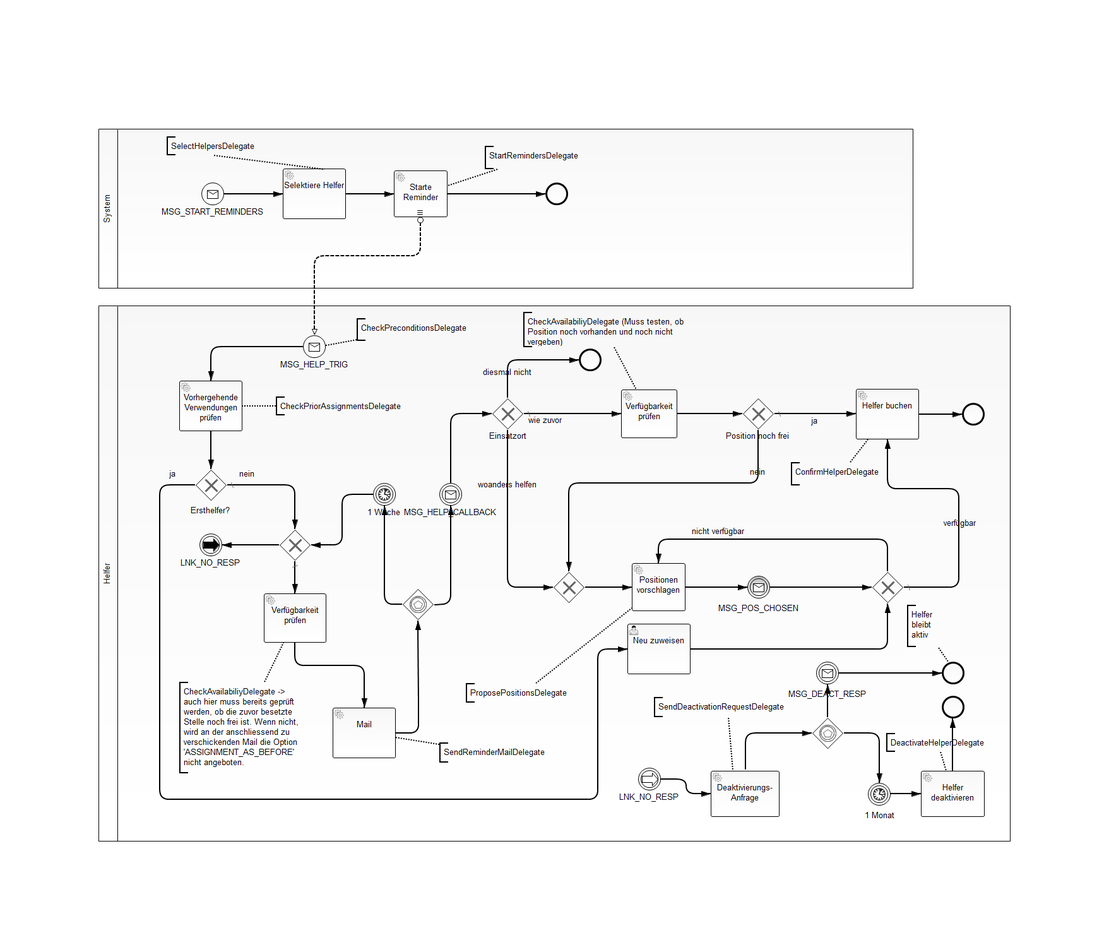
Above: resourceplanning-bpm/src/main/resources/RequestHelp.png in gheddie/speedys-resourceplanning (BPMN), before the change. Its source is kept beside it as resourceplanning-bpm/src/main/resources/RequestHelp.bpmn. Ids are renumbered.
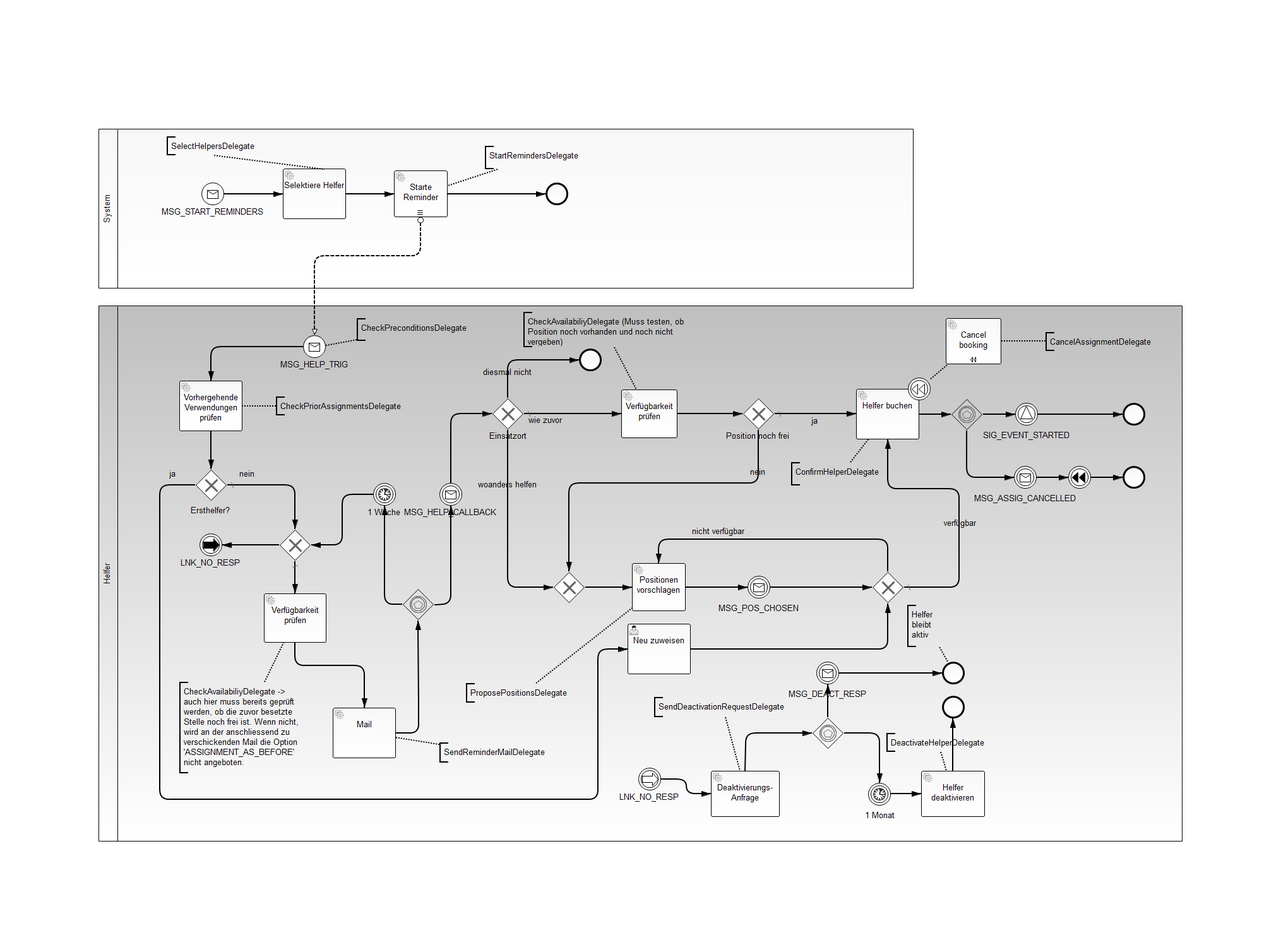
Above is the later version.

What changed in the source:
```diff
@@ -59,3 +59,2 @@
     </bpmn:sequenceFlow>
-    <bpmn:sequenceFlow id="SequenceFlow_n18" sourceRef="ServiceTask_n19" targetRef="EndEvent_n20"/>
     <bpmn:sequenceFlow id="flowPosOccupied" name="nein" sourceRef="ExclusiveGateway_n21" targetRef="ExclusiveGateway_n22">
@@ -99,7 +98,4 @@
       <bpmn:incoming>flowPosStillAvailable</bpmn:incoming>
-      <bpmn:outgoing>SequenceFlow_n18</bpmn:outgoing>
+      <bpmn:outgoing>SequenceFlow_17</bpmn:outgoing>
     </bpmn:serviceTask>
-    <bpmn:endEvent id="EndEvent_n20">
-      <bpmn:incoming>SequenceFlow_n18</bpmn:incoming>
-    </bpmn:endEvent>
     <bpmn:exclusiveGateway id="ExclusiveGateway_n21" name="Position noch frei" default="flowPosAvailable">
@@ -229,2 +225,38 @@
     <bpmn:sequenceFlow id="SequenceFlow_16" name="" sourceRef="IntermediateCatchEvent_3" targetRef="ExclusiveGateway_1"/>
+    <bpmn:serviceTask id="ServiceTask_5" camunda:class="de.trispeedys.resourceplanning.delegate.requesthelp.CancelAssignmentDelegate" name="Cancel booking" isForCompensation="true"/>
+    <bpmn:boundaryEvent id="BoundaryEvent_1" name="" attachedToRef="ServiceTask_n19">
+      <bpmn:compensateEventDefinition id="_CompensateEventDefinition_2" waitForCompletion="false"/>
+    </bpmn:boundaryEvent>
+    <bpmn:eventBasedGateway id="EventBasedGateway_2">
+      <bpmn:incoming>SequenceFlow_17</bpmn:incoming>
+      <bpmn:outgoing>SequenceFlow_18</bpmn:outgoing>
+      <bpmn:outgoing>SequenceFlow_19</bpmn:outgoing>
+    </bpmn:eventBasedGateway>
+    <bpmn:sequenceFlow id="SequenceFlow_17" name="" sourceRef="ServiceTask_n19" targetRef="EventBasedGateway_2"/>
+    <bpmn:intermediateCatchEvent id="IntermediateCatchEvent_2" name="SIG_EVENT_STARTED">
+      <bpmn:incoming>SequenceFlow_18</bpmn:incoming>
+      <bpmn:outgoing>SequenceFlow_22</bpmn:outgoing>
+      <bpmn:signalEventDefinition id="_MessageEventDefinition_5" signalRef="Signal_1"/>
+    </bpmn:intermediateCatchEvent>
+    <bpmn:sequenceFlow id="SequenceFlow_18" name="" sourceRef="EventBasedGateway_2" targetRef="IntermediateCatchEvent_2"/>
+    <bpmn:intermediateCatchEvent id="IntermediateCatchEvent_4" name="MSG_ASSIG_CANCELLED">
+      <bpmn:incoming>SequenceFlow_19</bpmn:incoming>
+      <bpmn:outgoing>SequenceFlow_20</bpmn:outgoing>
+      <bpmn:messageEventDefinition id="_MessageEventDefinition_6" messageRef="Message_7"/>
+    </bpmn:intermediateCatchEvent>
+    <bpmn:sequenceFlow id="SequenceFlow_19" name="" sourceRef="EventBasedGateway_2" targetRef="IntermediateCatchEvent_4"/>
+    <bpmn:intermediateThrowEvent id="IntermediateThrowEvent_1">
+      <bpmn:incoming>SequenceFlow_20</bpmn:incoming>
+      <bpmn:outgoing>SequenceFlow_21</bpmn:outgoing>
+      <bpmn:compensateEventDefinition id="_CompensateEventDefinition_3" waitForCompletion="false"/>
+    </bpmn:intermediateThrowEvent>
+    <bpmn:sequenceFlow id="SequenceFlow_20" name="" sourceRef="IntermediateCatchEvent_4" targetRef="IntermediateThrowEvent_1"/>
+    <bpmn:endEvent id="EndEvent_2">
+      <bpmn:incoming>SequenceFlow_21</bpmn:incoming>
+    </bpmn:endEvent>
+    <bpmn:sequenceFlow id="SequenceFlow_21" name="" sourceRef="IntermediateThrowEvent_1" targetRef="EndEvent_2"/>
+    <bpmn:endEvent id="EndEvent_3">
+      <bpmn:incoming>SequenceFlow_22</bpmn:incoming>
+    </bpmn:endEvent>
+    <bpmn:sequenceFlow id="SequenceFlow_22" name="" sourceRef="IntermediateCatchEvent_2" targetRef="EndEvent_3"/>
     <bpmn:association id="Association_7" sourceRef="TextAnnotation_7" targetRef="ServiceTask_n10"/>
@@ -257,2 +289,7 @@
     </bpmn:textAnnotation>
+    <bpmn:association id="Association_4" sourceRef="BoundaryEvent_1" targetRef="ServiceTask_5"/>
+    <bpmn:textAnnotation id="TextAnnotation_4">
+      <bpmn:text>CancelAssignmentDelegate</bpmn:text>
+    </bpmn:textAnnotation>
+    <bpmn:association id="Association_14" sourceRef="TextAnnotation_4" targetRef="ServiceTask_5"/>
   </bpmn:process>
@@ -263,2 +300,4 @@
   <bpmn:message id="Message_5" name="MSG_POS_CHOSEN"/>
+  <bpmn:message id="Message_7" name="MSG_ASSIG_CANCELLED"/>
+  <bpmn:signal id="Signal_1" name="SIG_EVENT_STARTED"/>
   <bpmndi:BPMNDiagram id="BPMNDiagram_1">
@@ -285,3 +324,3 @@
       <bpmndi:BPMNShape id="Participant_n3_di" bpmnElement="Participant_n3" isHorizontal="false">
-        <dc:Bounds height="849.0" width="1445.0" x="156.0" y="484.0"/>
+        <dc:Bounds height="849.0" width="1717.0" x="156.0" y="484.0"/>
       </bpmndi:BPMNShape>
@@ -330,8 +369,2 @@
       </bpmndi:BPMNEdge>
-      <bpmndi:BPMNShape id="EndEvent_n20_di" bpmnElement="EndEvent_n20">
-        <dc:Bounds height="36.0" width="36.0" x="1524.0" y="638.0"/>
-        <bpmndi:BPMNLabel>
-          <dc:Bounds height="0.0" width="0.0" x="1542.0" y="674.0"/>
-        </bpmndi:BPMNLabel>
-      </bpmndi:BPMNShape>
       <bpmndi:BPMNEdge id="SequenceFlow_0fqr5d1_di" bpmnElement="flowAsLastTime" targetElement="_BPMNShape_ServiceTask_4">
@@ -364,9 +397,2 @@
       </bpmndi:BPMNEdge>
-      <bpmndi:BPMNEdge id="SequenceFlow_n18_di" bpmnElement="SequenceFlow_n18">
-        <di:waypoint xsi:type="dc:Point" x="1456.0" y="656.0"/>
-        <di:waypoint xsi:type="dc:Point" x="1524.0" y="656.0"/>
-        <bpmndi:BPMNLabel>
-          <dc:Bounds height="0.0" width="0.0" x="1497.0" y="646.0"/>
-        </bpmndi:BPMNLabel>
-      </bpmndi:BPMNEdge>
       <bpmndi:BPMNShape id="ServiceTask_n19_di" bpmnElement="ServiceTask_n19">
@@ -377,3 +403,3 @@
         <bpmndi:BPMNLabel>
-          <dc:Bounds height="0.0" width="90.0" x="856.0" y="955.0"/>
+          <dc:Bounds height="0.0" width="0.0" x="901.0" y="955.0"/>
         </bpmndi:BPMNLabel>
@@ -394,3 +420,2 @@
         <di:waypoint xsi:type="dc:Point" x="627.0" y="1161.0"/>
-        <di:waypoint xsi:type="dc:Point" x="632.0" y="1161.0"/>
         <di:waypoint xsi:type="dc:Point" x="663.0" y="1161.0"/>
@@ -618,3 +643,3 @@
         <bpmndi:BPMNLabel>
-          <dc:Bounds height="0.0" width="90.0" x="1465.0" y="1084.0"/>
+          <dc:Bounds height="0.0" width="0.0" x="1510.0" y="1084.0"/>
         </bpmndi:BPMNLabel>
@@ -634,3 +659,3 @@
         <bpmndi:BPMNLabel>
-          <dc:Bounds height="0.0" width="90.0" x="1266.0" y="1191.0"/>
+          <dc:Bounds height="0.0" width="0.0" x="1311.0" y="1191.0"/>
         </bpmndi:BPMNLabel>
@@ -638,3 +663,3 @@
       <bpmndi:BPMNEdge id="BPMNEdge_SequenceFlow_9" bpmnElement="SequenceFlow_7" sourceElement="_BPMNShape_UserTask_2" targetElement="_BPMNShape_EventBasedGateway_2">
-        <di:waypoint xsi:type="dc:Point" x="1181.0" y="1219.0"/>
+        <di:waypoint xsi:type="dc:Point" x="1180.0" y="1221.0"/>
         <di:waypoint xsi:type="dc:Point" x="1181.0" y="1161.0"/>
@@ -642,3 +667,3 @@
         <bpmndi:BPMNLabel>
-          <dc:Bounds height="6.0" width="6.0" x="1257.0" y="1036.0"/>
+          <dc:Bounds height="6.0" width="6.0" x="1255.0" y="1036.0"/>
         </bpmndi:BPMNLabel>
@@ -661,3 +686,3 @@
         <bpmndi:BPMNLabel>
-          <dc:Bounds height="22.0" width="90.0" x="1349.0" y="1281.0"/>
+          <dc:Bounds height="22.0" width="53.0" x="1368.0" y="1281.0"/>
         </bpmndi:BPMNLabel>
@@ -665,3 +690,3 @@
       <bpmndi:BPMNEdge id="BPMNEdge_SequenceFlow_12" bpmnElement="SequenceFlow_10" sourceElement="_BPMNShape_EventBasedGateway_2" targetElement="_BPMNShape_IntermediateCatchEvent_3">
-        <di:waypoint xsi:type="dc:Point" x="1337.0" y="1161.0"/>
+        <di:waypoint xsi:type="dc:Point" x="1336.0" y="1161.0"/>
         <di:waypoint xsi:type="dc:Point" x="1393.0" y="1161.0"/>
@@ -685,3 +710,3 @@
         <bpmndi:BPMNLabel>
-          <dc:Bounds height="0.0" width="90.0" x="1465.0" y="1143.0"/>
+          <dc:Bounds height="0.0" width="0.0" x="1510.0" y="1143.0"/>
         </bpmndi:BPMNLabel>
@@ -689,3 +714,3 @@
       <bpmndi:BPMNEdge id="BPMNEdge_SequenceFlow_14" bpmnElement="SequenceFlow_12" sourceElement="_BPMNShape_ServiceTask_7" targetElement="_BPMNShape_EndEvent_2">
-        <di:waypoint xsi:type="dc:Point" x="1510.0" y="1221.0"/>
+        <di:waypoint xsi:type="dc:Point" x="1509.0" y="1221.0"/>
         <di:waypoint xsi:type="dc:Point" x="1510.0" y="1138.0"/>
@@ -699,4 +724,4 @@
       <bpmndi:BPMNEdge id="BPMNEdge_Association_12" bpmnElement="Association_12" sourceElement="_BPMNShape_TextAnnotation_14" targetElement="_BPMNShape_UserTask_2">
-        <di:waypoint xsi:type="dc:Point" x="1154.0" y="1136.0"/>
-        <di:waypoint xsi:type="dc:Point" x="1160.0" y="1221.0"/>
+        <di:waypoint xsi:type="dc:Point" x="1149.0" y="1136.0"/>
+        <di:waypoint xsi:type="dc:Point" x="1171.0" y="1221.0"/>
       </bpmndi:BPMNEdge>
@@ -704,4 +729,2 @@
         <di:waypoint xsi:type="dc:Point" x="1329.0" y="1066.0"/>
-        <di:waypoint xsi:type="dc:Point" x="1433.0" y="1066.0"/>
-        <di:waypoint xsi:type="dc:Point" x="1433.0" y="1066.0"/>
         <di:waypoint xsi:type="dc:Point" x="1492.0" y="1066.0"/>
@@ -715,4 +738,4 @@
       <bpmndi:BPMNEdge id="BPMNEdge_Association_13" bpmnElement="Association_13" sourceElement="_BPMNShape_TextAnnotation_15" targetElement="EndEvent_n29_di">
-        <di:waypoint xsi:type="dc:Point" x="1486.0" y="1025.0"/>
-        <di:waypoint xsi:type="dc:Point" x="1502.0" y="1048.0"/>
+        <di:waypoint xsi:type="dc:Point" x="1488.0" y="1024.0"/>
+        <di:waypoint xsi:type="dc:Point" x="1501.0" y="1048.0"/>
       </bpmndi:BPMNEdge>
@@ -744,3 +767,3 @@
         <bpmndi:BPMNLabel>
-          <dc:Bounds height="0.0" width="90.0" x="1361.0" y="960.0"/>
+          <dc:Bounds height="0.0" width="0.0" x="1406.0" y="960.0"/>
         </bpmndi:BPMNLabel>
@@ -762,3 +785,3 @@
         <bpmndi:BPMNLabel>
-          <dc:Bounds height="6.0" width="90.0" x="1476.0" y="818.0"/>
+          <dc:Bounds height="22.0" width="57.0" x="1493.0" y="818.0"/>
         </bpmndi:BPMNLabel>
@@ -770,3 +793,3 @@
         <di:waypoint xsi:type="dc:Point" x="847.0" y="1082.0"/>
-        <di:waypoint xsi:type="dc:Point" x="1001.0" y="962.0"/>
+        <di:waypoint xsi:type="dc:Point" x="1001.0" y="963.0"/>
       </bpmndi:BPMNEdge>
@@ -807,2 +830,89 @@
       </bpmndi:BPMNEdge>
+      <bpmndi:BPMNShape id="_BPMNShape_ServiceTask_11" bpmnElement="ServiceTask_5">
+        <dc:Bounds height="73.0" width="88.0" x="1498.0" y="504.0"/>
+      </bpmndi:BPMNShape>
+      <bpmndi:BPMNShape id="_BPMNShape_BoundaryEvent_2" bpmnElement="BoundaryEvent_1">
+        <dc:Bounds height="36.0" width="36.0" x="1438.0" y="598.0"/>
+        <bpmndi:BPMNLabel>
+          <dc:Bounds height="6.0" width="6.0" x="1453.0" y="639.0"/>
+        </bpmndi:BPMNLabel>
+      </bpmndi:BPMNShape>
+      <bpmndi:BPMNEdge id="BPMNEdge_Association_4" bpmnElement="Association_4" sourceElement="_BPMNShape_BoundaryEvent_2" targetElement="_BPMNShape_ServiceTask_11">
+        <di:waypoint xsi:type="dc:Point" x="1474.0" y="600.0"/>
+        <di:waypoint xsi:type="dc:Point" x="1501.0" y="576.0"/>
+      </bpmndi:BPMNEdge>
+      <bpmndi:BPMNShape id="_BPMNShape_EventBasedGateway_3" bpmnElement="EventBasedGateway_2">
+        <dc:Bounds height="50.0" width="50.0" x="1506.0" y="631.0"/>
+        <bpmndi:BPMNLabel>
+          <dc:Bounds height="0.0" width="0.0" x="1531.0" y="686.0"/>
+        </bpmndi:BPMNLabel>
+      </bpmndi:BPMNShape>
+      <bpmndi:BPMNEdge id="BPMNEdge_SequenceFlow_20" bpmnElement="SequenceFlow_17" sourceElement="ServiceTask_n19_di" targetElement="_BPMNShape_EventBasedGateway_3">
+        <di:waypoint xsi:type="dc:Point" x="1456.0" y="656.0"/>
+        <di:waypoint xsi:type="dc:Point" x="1506.0" y="656.0"/>
+        <bpmndi:BPMNLabel>
+          <dc:Bounds height="6.0" width="6.0" x="1478.0" y="656.0"/>
+        </bpmndi:BPMNLabel>
+      </bpmndi:BPMNEdge>
+      <bpmndi:BPMNShape id="_BPMNShape_IntermediateCatchEvent_5" bpmnElement="IntermediateCatchEvent_2">
+        <dc:Bounds height="36.0" width="36.0" x="1608.0" y="638.0"/>
+        <bpmndi:BPMNLabel>
+          <dc:Bounds height="22.0" width="134.0" x="1559.0" y="679.0"/>
+        </bpmndi:BPMNLabel>
+      </bpmndi:BPMNShape>
+      <bpmndi:BPMNEdge id="BPMNEdge_SequenceFlow_21" bpmnElement="SequenceFlow_18" sourceElement="_BPMNShape_EventBasedGateway_3" targetElement="_BPMNShape_IntermediateCatchEvent_5">
+        <di:waypoint xsi:type="dc:Point" x="1556.0" y="656.0"/>
+        <di:waypoint xsi:type="dc:Point" x="1608.0" y="656.0"/>
+        <bpmndi:BPMNLabel>
+          <dc:Bounds height="6.0" width="6.0" x="1578.0" y="656.0"/>
+        </bpmndi:BPMNLabel>
+      </bpmndi:BPMNEdge>
+      <bpmndi:BPMNShape id="_BPMNShape_IntermediateCatchEvent_6" bpmnElement="IntermediateCatchEvent_4">
+        <dc:Bounds height="36.0" width="36.0" x="1606.0" y="738.0"/>
+        <bpmndi:BPMNLabel>
+          <dc:Bounds height="22.0" width="167.0" x="1541.0" y="779.0"/>
+        </bpmndi:BPMNLabel>
+      </bpmndi:BPMNShape>
+      <bpmndi:BPMNEdge id="BPMNEdge_SequenceFlow_22" bpmnElement="SequenceFlow_19" sourceElement="_BPMNShape_EventBasedGateway_3" targetElement="_BPMNShape_IntermediateCatchEvent_6">
+        <di:waypoint xsi:type="dc:Point" x="1531.0" y="681.0"/>
+        <di:waypoint xsi:type="dc:Point" x="1531.0" y="756.0"/>
+        <di:waypoint xsi:type="dc:Point" x="1606.0" y="756.0"/>
+        <bpmndi:BPMNLabel>
+          <dc:Bounds height="6.0" width="6.0" x="1528.0" y="756.0"/>
+        </bpmndi:BPMNLabel>
+      </bpmndi:BPMNEdge>
+      <bpmndi:BPMNShape id="_BPMNShape_IntermediateThrowEvent_2" bpmnElement="IntermediateThrowEvent_1">
+        <dc:Bounds height="36.0" width="36.0" x="1692.0" y="738.0"/>
+      </bpmndi:BPMNShape>
+      <bpmndi:BPMNEdge id="BPMNEdge_SequenceFlow_23" bpmnElement="SequenceFlow_20" sourceElement="_BPMNShape_IntermediateCatchEvent_6" targetElement="_BPMNShape_IntermediateThrowEvent_2">
+        <di:waypoint xsi:type="dc:Point" x="1642.0" y="756.0"/>
+        <di:waypoint xsi:type="dc:Point" x="1692.0" y="756.0"/>
+      </bpmndi:BPMNEdge>
+      <bpmndi:BPMNShape id="_BPMNShape_EndEvent_3" bpmnElement="EndEvent_2">
+        <dc:Bounds height="36.0" width="36.0" x="1778.0" y="738.0"/>
+      </bpmndi:BPMNShape>
+      <bpmndi:BPMNEdge id="BPMNEdge_SequenceFlow_24" bpmnElement="SequenceFlow_21" sourceElement="_BPMNShape_IntermediateThrowEvent_2" targetElement="_BPMNShape_EndEvent_3">
+        <di:waypoint xsi:type="dc:Point" x="1728.0" y="756.0"/>
+        <di:waypoint xsi:type="dc:Point" x="1778.0" y="756.0"/>
+      </bpmndi:BPMNEdge>
+      <bpmndi:BPMNShape id="_BPMNShape_EndEvent_4" bpmnElement="EndEvent_3">
+        <dc:Bounds height="36.0" width="36.0" x="1778.0" y="638.0"/>
+        <bpmndi:BPMNLabel>
+          <dc:Bounds height="0.0" width="0.0" x="1796.0" y="679.0"/>
+        </bpmndi:BPMNLabel>
+      </bpmndi:BPMNShape>
+      <bpmndi:BPMNEdge id="BPMNEdge_SequenceFlow_25" bpmnElement="SequenceFlow_22" sourceElement="_BPMNShape_IntermediateCatchEvent_5" targetElement="_BPMNShape_EndEvent_4">
+        <di:waypoint xsi:type="dc:Point" x="1644.0" y="656.0"/>
+        <di:waypoint xsi:type="dc:Point" x="1778.0" y="656.0"/>
+        <bpmndi:BPMNLabel>
+          <dc:Bounds height="6.0" width="6.0" x="1666.0" y="656.0"/>
+        </bpmndi:BPMNLabel>
+      </bpmndi:BPMNEdge>
+      <bpmndi:BPMNShape id="_BPMNShape_TextAnnotation_18" bpmnElement="TextAnnotation_4">
+        <dc:Bounds height="30.0" width="180.0" x="1656.0" y="526.0"/>
+      </bpmndi:BPMNShape>
+      <bpmndi:BPMNEdge id="BPMNEdge_Association_14" bpmnElement="Association_14" sourceElement="_BPMNShape_TextAnnotation_18" targetElement="_BPMNShape_ServiceTask_11">
+        <di:waypoint xsi:type="dc:Point" x="1656.0" y="541.0"/>
+        <di:waypoint xsi:type="dc:Point" x="1586.0" y="540.0"/>
+      </bpmndi:BPMNEdge>
     </bpmndi:BPMNPlane>
```
